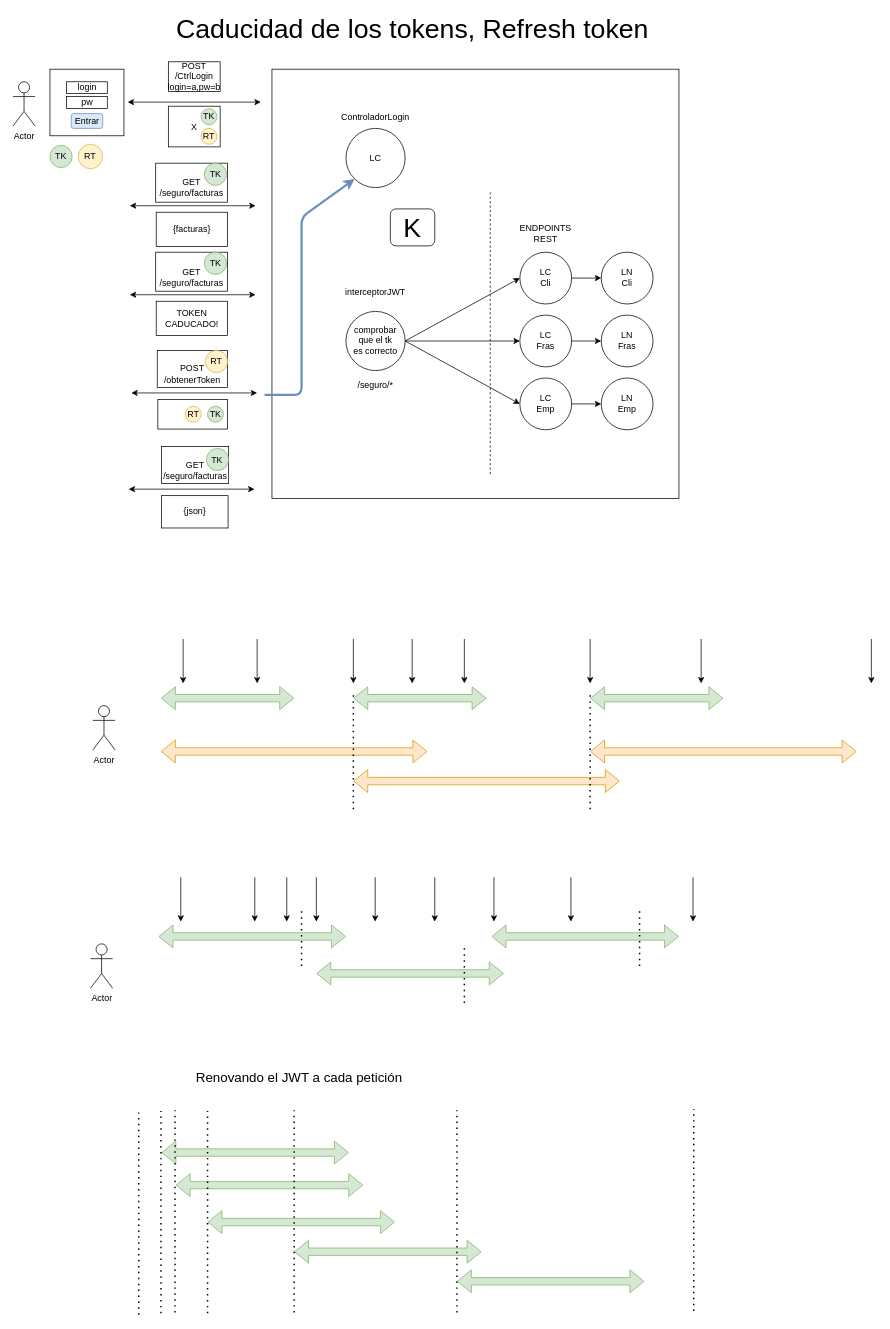
This is page "Página-10" (14 of 24) of seguridad.drawio from lrag/seguridad_java, a draw.io file, before an edit. Source tidied: cells renumbered, new cells numbered last; positions are measured from the earlier drawing's top-left corner, leaving out a move shared by most shapes. Both pictures are drawn from the tidied source at 74%, with x=0, y=0 at pixel (13, 17).
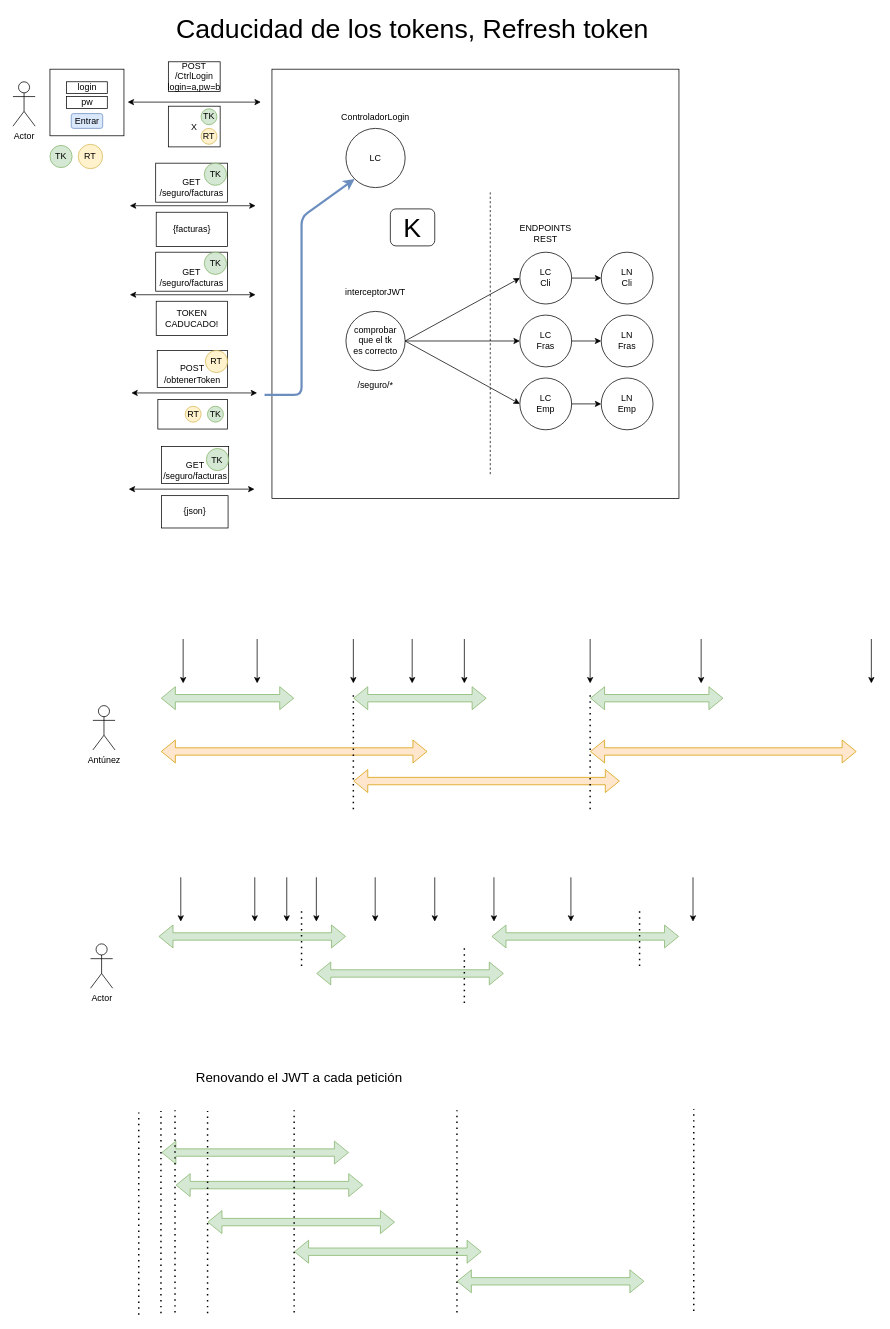
After the change.

Change to the diagram source:
```diff
@@
-    <mxCell id="50" value="Actor" style="shape=umlActor;verticalLabelPosition=bottom;verticalAlign=top;html=1;rounded=0;fontSize=12;fillColor=none;gradientColor=#ffffff;" parent="1" vertex="1">
+    <mxCell id="50" value="Antúnez" style="shape=umlActor;verticalLabelPosition=bottom;verticalAlign=top;html=1;rounded=0;fontSize=12;fillColor=none;gradientColor=#ffffff;" parent="1" vertex="1">
       <mxGeometry x="108" y="930" width="30" height="60" as="geometry" />
     </mxCell>
```
